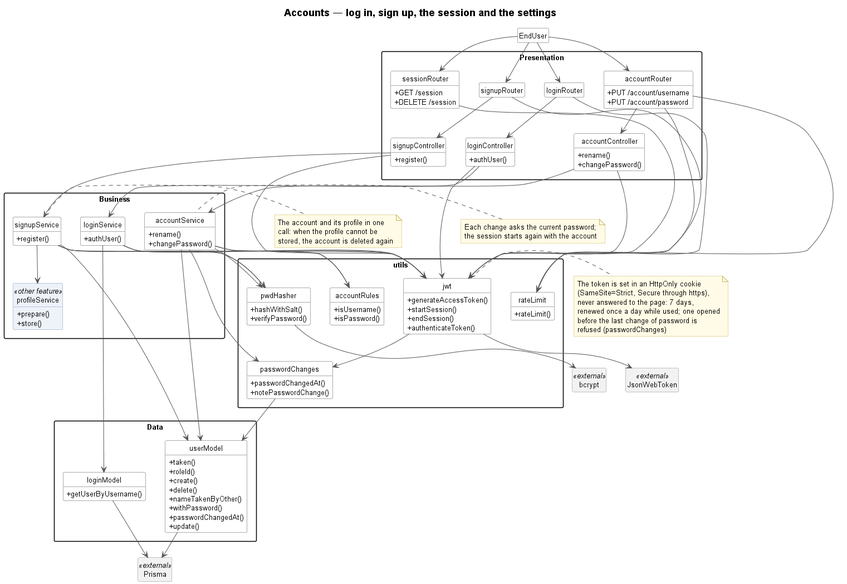
TPI2026-NewsGenerator/NewsGenerator-Backend keeps this PlantUML diagram as docs/UML/sprint4/01-accounts.png. Above is the earlier version.
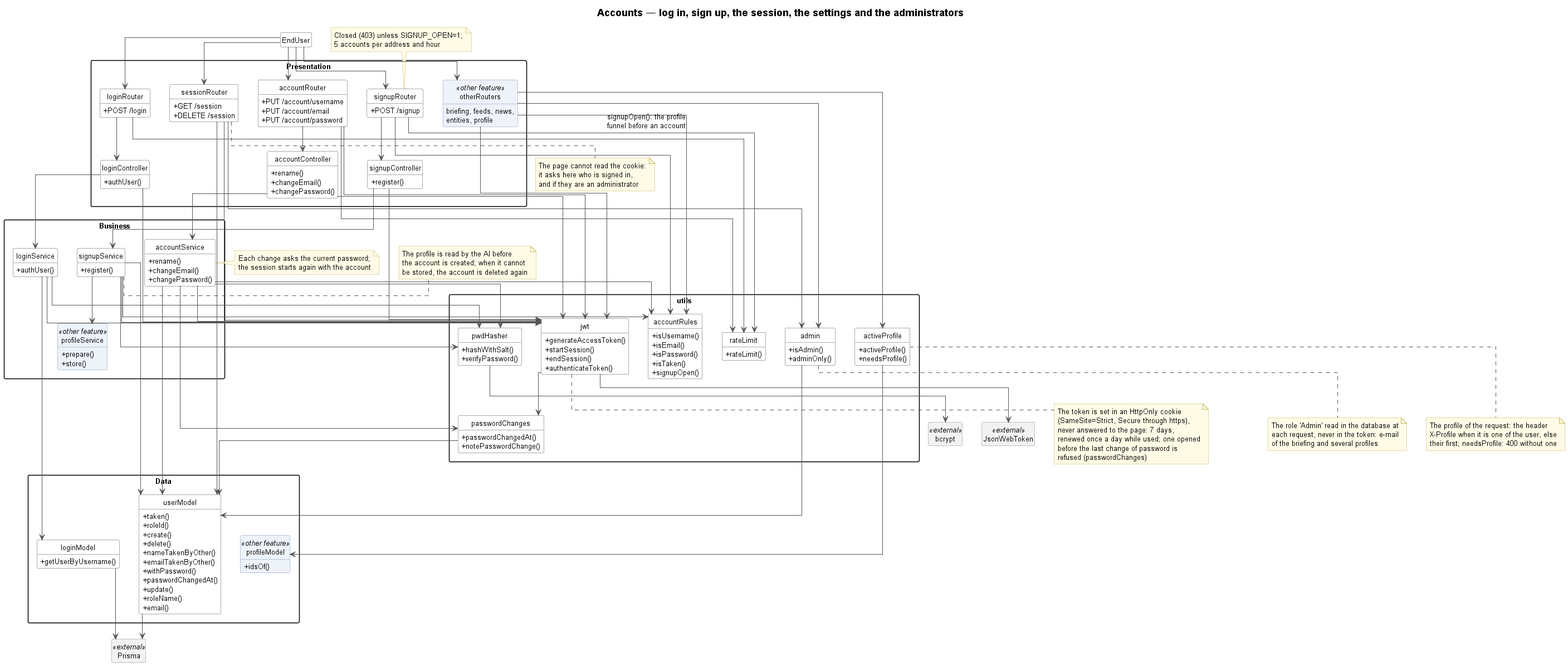
After the commit.

Change to the diagram source:
```diff
@@ -1,17 +1,23 @@
 @startuml 01-accounts
 !include _style.iuml
-title Accounts — log in, sign up, the session and the settings
+skinparam linetype ortho
+title Accounts — log in, sign up, the session, the settings and the administrators
 
 class EndUser
 package "Presentation" {
-    class loginRouter
-    class signupRouter
+    class loginRouter {
+        + POST /login
+    }
+    class signupRouter {
+        + POST /signup
+    }
     class sessionRouter {
         + GET /session
         + DELETE /session
     }
     class accountRouter {
         + PUT /account/username
+        + PUT /account/email
         + PUT /account/password
     }
     class loginController {
@@ -22,9 +28,23 @@
     }
     class accountController {
         + rename()
+        + changeEmail()
         + changePassword()
     }
+    class otherRouters <<other feature>> {
+        briefing, feeds, news,
+        entities, profile
+    }
 }
+note top of signupRouter
+    Closed (403) unless SIGNUP_OPEN=1;
+    5 accounts per address and hour
+end note
+note bottom of sessionRouter
+    The page cannot read the cookie:
+    it asks here who is signed in,
+    and if they are an administrator
+end note
 package "Business" {
     class loginService {
         + authUser()
@@ -34,6 +54,7 @@
     }
     class accountService {
         + rename()
+        + changeEmail()
         + changePassword()
     }
     class profileService <<other feature>> {
@@ -42,9 +63,9 @@
     }
 }
 note right of signupService
-    The account and its profile in one
-    call: when the profile cannot be
-    stored, the account is deleted again
+    The profile is read by the AI before
+    the account is created; when it cannot
+    be stored, the account is deleted again
 end note
 note left of accountService
     Each change asks the current password;
@@ -60,9 +81,15 @@
         + create()
         + delete()
         + nameTakenByOther()
+        + emailTakenByOther()
         + withPassword()
         + passwordChangedAt()
         + update()
+        + roleName()
+        + email()
+    }
+    class profileModel <<other feature>> {
+        + idsOf()
     }
 }
 package "utils" {
@@ -85,16 +112,37 @@
     }
     class accountRules {
         + isUsername()
+        + isEmail()
         + isPassword()
+        + isTaken()
+        + signupOpen()
+    }
+    class admin {
+        + isAdmin()
+        + adminOnly()
+    }
+    class activeProfile {
+        + activeProfile()
+        + needsProfile()
     }
 }
-note right of jwt
+note bottom of jwt
     The token is set in an HttpOnly cookie
     (SameSite=Strict, Secure through https),
     never answered to the page: 7 days,
     renewed once a day while used; one opened
     before the last change of password is
     refused (passwordChanges)
+end note
+note bottom of admin
+    The role 'Admin' read in the database at
+    each request, never in the token: e-mail
+    of the briefing and several profiles
+end note
+note bottom of activeProfile
+    The profile of the request: the header
+    X-Profile when it is one of the user, else
+    their first; needsProfile: 400 without one
 end note
 class bcrypt <<external>>
 class JsonWebToken <<external>>
@@ -104,35 +152,45 @@
 EndUser --> signupRouter
 EndUser --> sessionRouter
 EndUser --> accountRouter
+EndUser --> otherRouters
+loginRouter --> rateLimit
+loginRouter --> loginController
+signupRouter --> accountRules
+signupRouter --> rateLimit
+signupRouter --> signupController
+sessionRouter --> jwt
+sessionRouter --> admin
+sessionRouter --> userModel
 accountRouter --> jwt
 accountRouter --> rateLimit
 accountRouter --> accountController
-accountController --> accountService
-accountController --> jwt
-accountService --> userModel
-accountService --> pwdHasher
-accountService --> accountRules
-accountService --> jwt
-signupService --> accountRules
-accountService --> passwordChanges
-jwt --> passwordChanges
-passwordChanges --> userModel
-loginRouter --> rateLimit
-loginRouter --> loginController
-sessionRouter --> jwt
-signupRouter --> rateLimit
-signupRouter --> signupController
+otherRouters --> jwt
+otherRouters --> activeProfile
+otherRouters --> admin
+otherRouters --> accountRules : signupOpen(): the profile\nfunnel before an account
 loginController --> loginService
 loginController --> jwt
 signupController --> signupService
 signupController --> jwt
+accountController --> accountService
+accountController --> jwt
 loginService --> loginModel
 loginService --> pwdHasher
 loginService --> jwt
+signupService --> accountRules
 signupService --> userModel
 signupService --> profileService
 signupService --> pwdHasher
 signupService --> jwt
+accountService --> accountRules
+accountService --> userModel
+accountService --> pwdHasher
+accountService --> passwordChanges
+accountService --> jwt
+jwt --> passwordChanges
+passwordChanges --> userModel
+admin --> userModel
+activeProfile --> profileModel
 pwdHasher --> bcrypt
 jwt --> JsonWebToken
 loginModel --> Prisma
```
